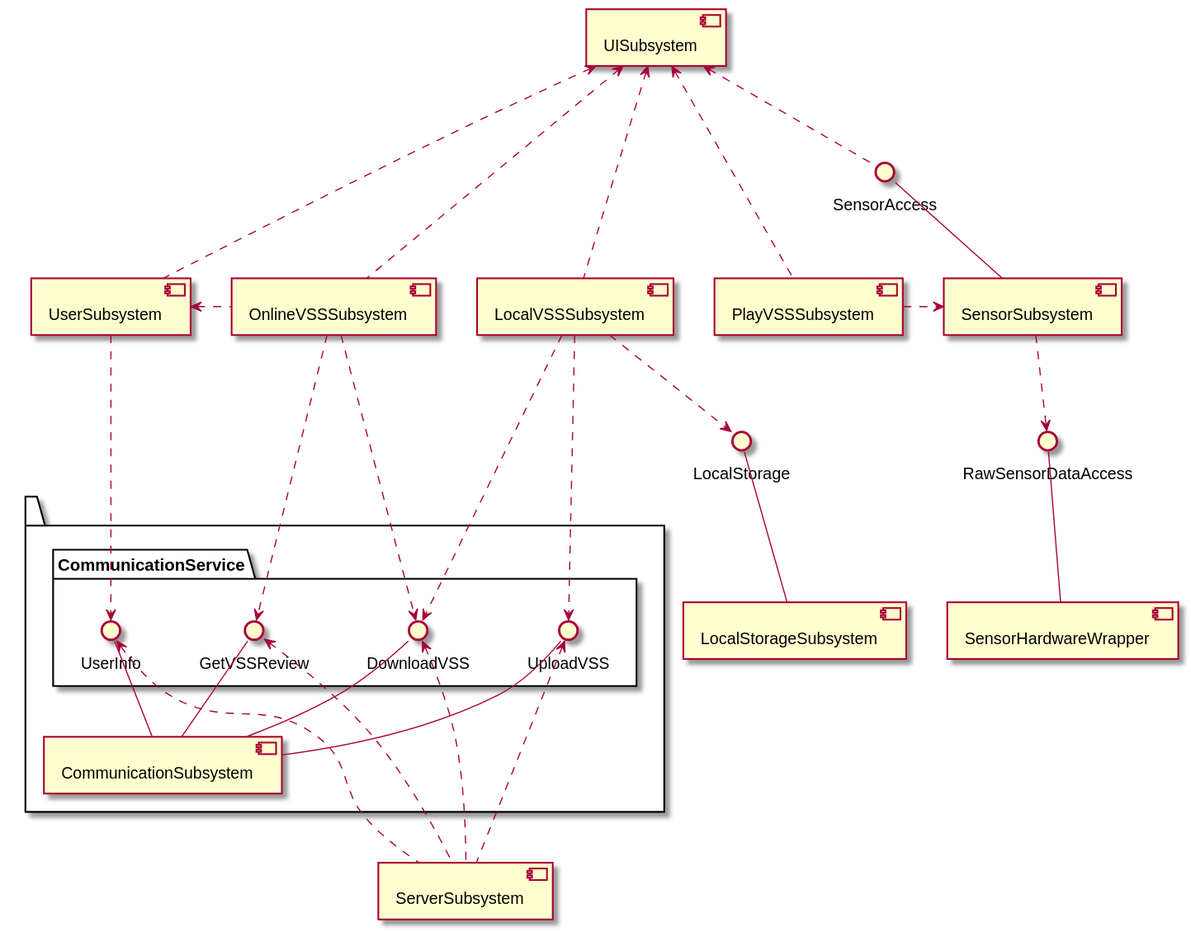
kpp19920121/doc keeps this PlantUML diagram as 设计/Diagrams/SubsystemDecomposition.svg. Above is the earlier version.
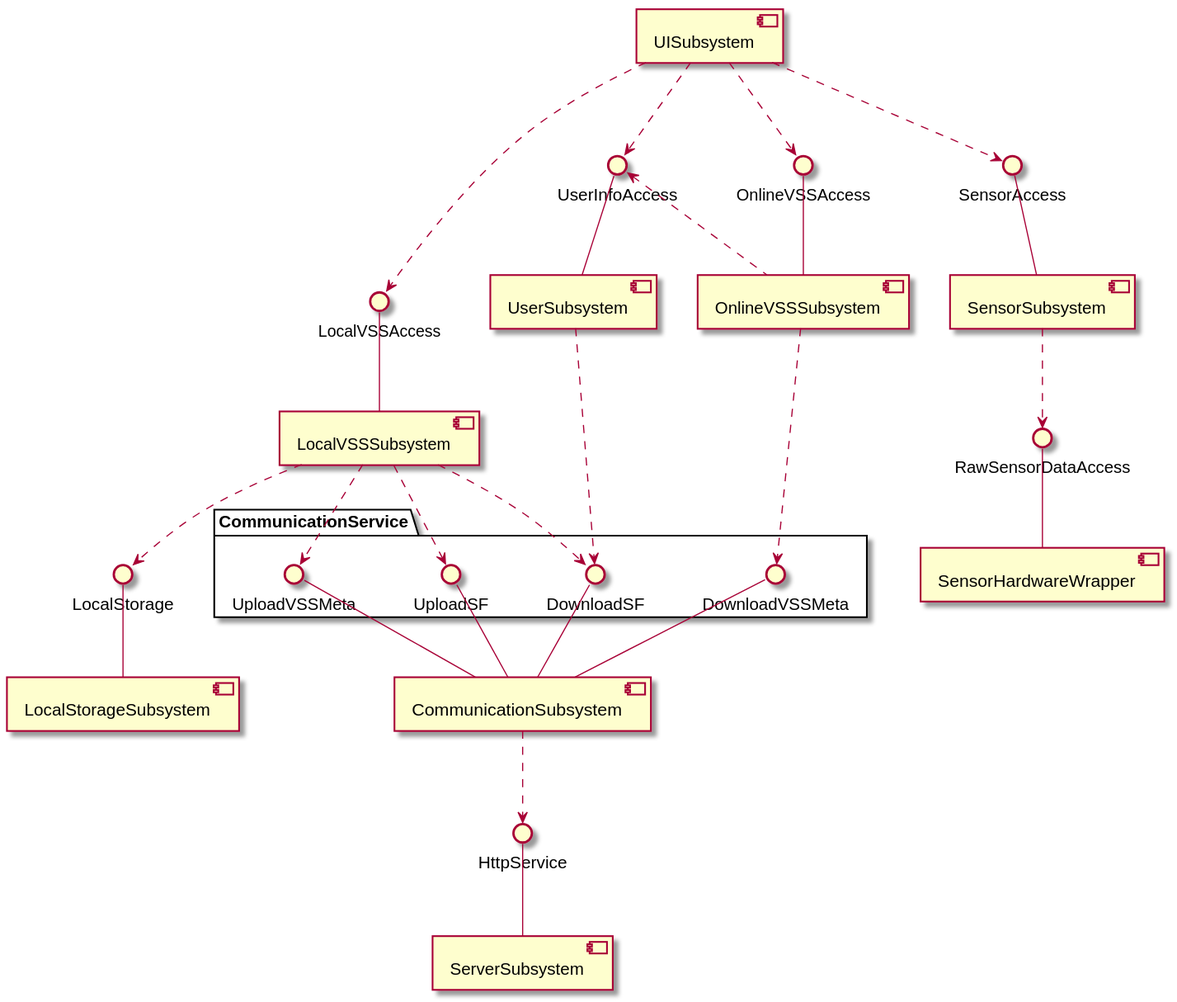
Later version of the same file.

The edit, as a diff of the source:
```diff
@@ -5,58 +5,53 @@
 
 interface "SensorAccess" as SA
 interface "RawSensorDataAccess" as BC
+interface "UserInfoAccess" as UIA
+interface "OnlineVSSAccess" as OVA
+interface "LocalVSSAccess" as LVA
 
-package  " "{
+
+
 
 package "CommunicationService" {
-    interface "UploadVSS" as UL
-    interface "DownloadVSS" as DL
-    interface "GetVSSReview" as GR
-    interface "UserInfo" as US
-    UL -[hidden] DL
-    DL -[hidden] GR
-    GR -[hidden] US
+    interface "UploadVSSMeta" as UL
+    interface "DownloadVSSMeta" as DL
+    interface "UploadSF" as GR
+    interface "DownloadSF" as US
 }
-    component "CommunicationSubsystem" as CommunicationSubsystem
+component "CommunicationSubsystem" as CommunicationSubsystem
+
     UL -- CommunicationSubsystem
     DL -- CommunicationSubsystem
     GR -- CommunicationSubsystem
     US -- CommunicationSubsystem
-}
+
 [LocalVSSSubsystem]
 [OnlineVSSSubsystem]
-[PlayVSSSubsystem]
 [SensorSubsystem] -up- SA
 [SensorHardwareWrapper] -up- BC
 [SensorSubsystem] ..> BC
+[UserSubsystem] -up- UIA
+[UISubsystem] ..> UIA
 
 [LocalStorageSubsystem] -up- LS
 [LocalVSSSubsystem] ..> LS
 
-[UISubsystem]
 
-[UserSubsystem] <. [OnlineVSSSubsystem]
-[OnlineVSSSubsystem] -[hidden] [LocalVSSSubsystem]
-[LocalVSSSubsystem] -[hidden] [PlayVSSSubsystem]
-[PlayVSSSubsystem] .> [SensorSubsystem]
+UIA <. [OnlineVSSSubsystem]
 
 
-[ServerSubsystem] .-up.> UL
-[ServerSubsystem] .-up.> DL
-[ServerSubsystem] .-up.> GR
-[ServerSubsystem] .-up.> US
+[CommunicationSubsystem] .down.> HttpService
+[ServerSubsystem] -up- HttpService
+[OnlineVSSSubsystem] -up- OVA
+[LocalVSSSubsystem] -up- LVA
 
-
-[LocalVSSSubsystem] .-down.> UL
-[LocalVSSSubsystem] .-down.> DL
+[LocalVSSSubsystem] .down.> UL
+[LocalVSSSubsystem] .up.> GR
+[LocalVSSSubsystem] .down.> US
 [OnlineVSSSubsystem] .-down.> DL
-[OnlineVSSSubsystem] .-down.> GR
 [UserSubsystem] .-down-> US
 
-[UISubsystem] <.-down. [UserSubsystem]
-[UISubsystem] <.-down. [OnlineVSSSubsystem]
-[UISubsystem] <.-down. [LocalVSSSubsystem]
-[UISubsystem] <.-down. [PlayVSSSubsystem]
-[UISubsystem] <.[hidden]. [SensorSubsystem]
-[UISubsystem] <.. SA
+[UISubsystem] -down.> OVA
+[UISubsystem] .down.> LVA
+[UISubsystem] ..> SA
 @enduml
```
